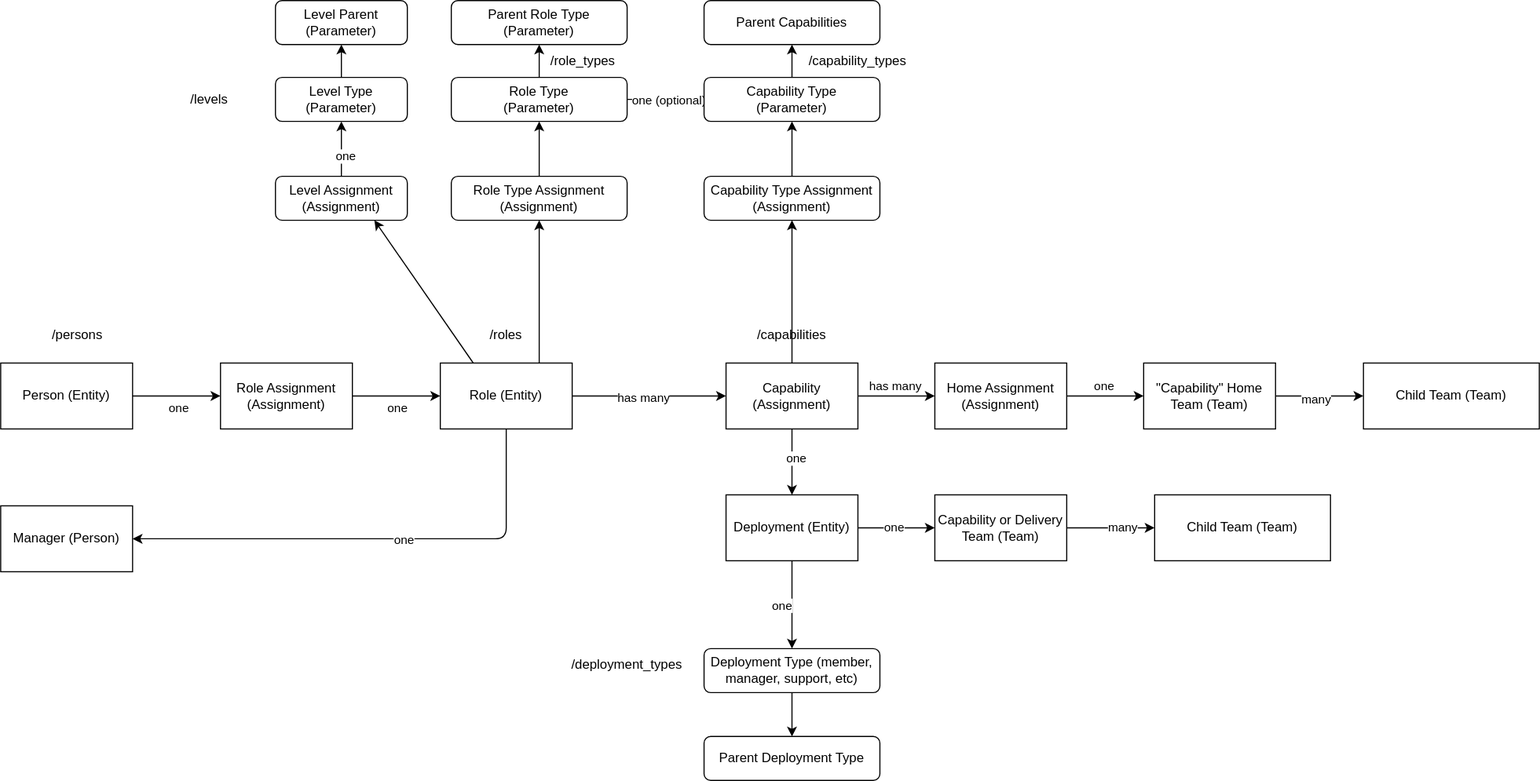
This is docs/data-v4.drawio.svg from jdotw/swamp, a draw.io export, as it was before one commit. Source tidied: cells renumbered, new cells last; positions are measured from the earlier drawing's top-left corner, leaving out a move shared by most shapes.
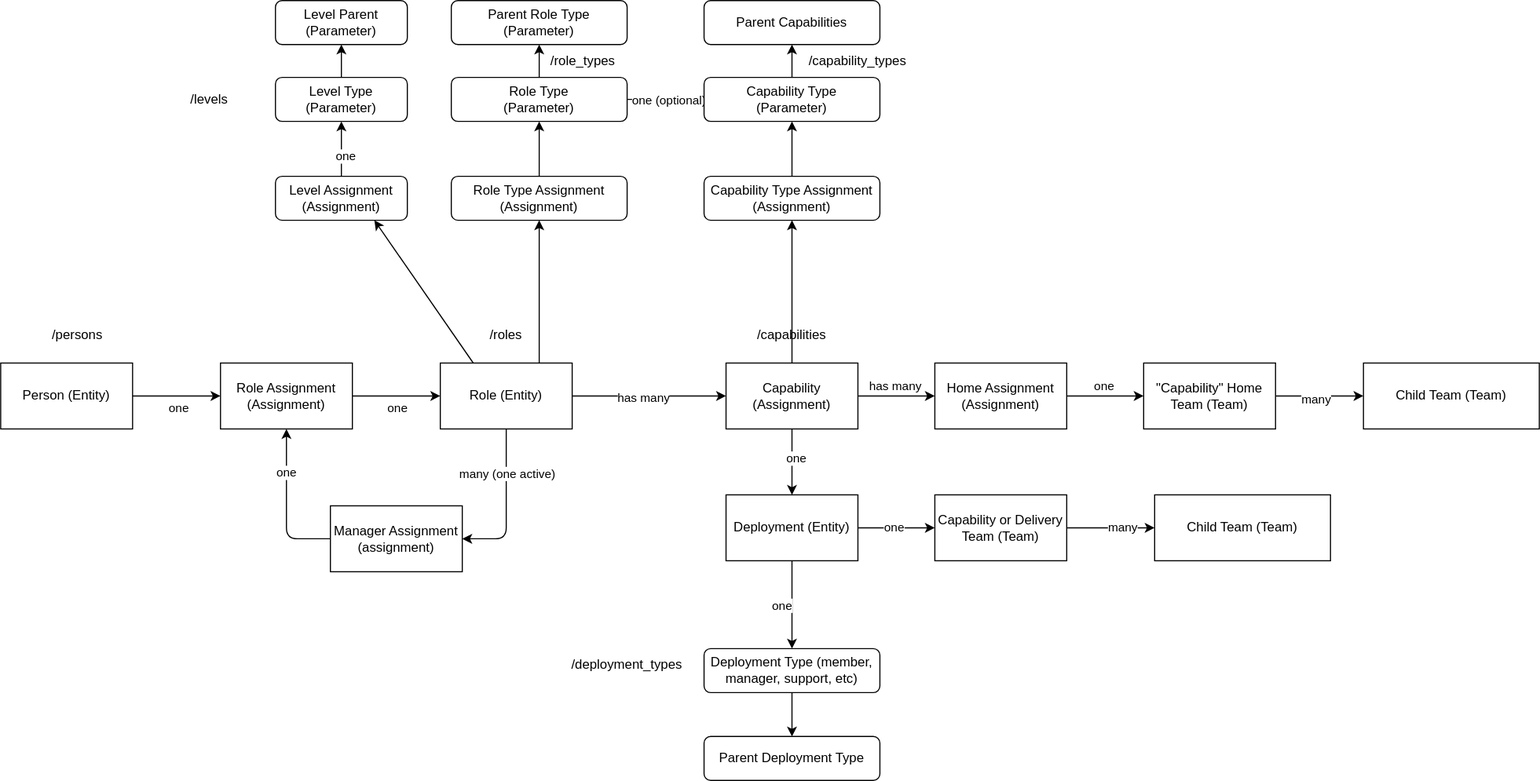
The same diagram one commit later.

What changed in the source:
```diff
@@ -9,8 +9,10 @@
         </Array>
       </mxGeometry>
     </mxCell>
-    <mxCell id="3" value="one" style="edgeLabel;html=1;align=center;verticalAlign=middle;" parent="2" vertex="1">
-      <mxGeometry x="-0.12" relative="1" as="geometry" />
+    <mxCell id="3" value="many (one active)" style="edgeLabel;html=1;align=center;verticalAlign=middle;" parent="2" vertex="1">
+      <mxGeometry x="-0.12" relative="1" as="geometry">
+        <mxPoint y="-22" as="offset" />
+      </mxGeometry>
     </mxCell>
     <mxCell id="4" style="edgeStyle=none;html=1;exitX=1;exitY=0.5;exitDx=0;exitDy=0;entryX=0;entryY=0.5;entryDx=0;entryDy=0;" parent="1" edge="1" source="6" target="32">
       <mxGeometry relative="1" as="geometry" />
@@ -23,8 +25,15 @@
     <mxCell id="6" value="Person (Entity)" style="rounded=0;whiteSpace=wrap;html=1;" parent="1" vertex="1">
       <mxGeometry y="330" width="120" height="60" as="geometry" />
     </mxCell>
+    <mxCell id="66" value="one" style="edgeStyle=none;html=1;exitX=0;exitY=0.5;exitDx=0;exitDy=0;entryX=0.5;entryY=1;entryDx=0;entryDy=0;" parent="1" edge="1" source="7" target="32">
+      <mxGeometry x="0.43" relative="1" as="geometry">
+        <Array as="points">
+          <mxPoint x="260" y="490" />
+        </Array>
+      </mxGeometry>
+    </mxCell>
-    <mxCell id="7" value="Manager (Person)" style="rounded=0;whiteSpace=wrap;html=1;" parent="1" vertex="1">
-      <mxGeometry y="460" width="120" height="60" as="geometry" />
+    <mxCell id="7" value="Manager Assignment (assignment)" style="rounded=0;whiteSpace=wrap;html=1;" parent="1" vertex="1">
+      <mxGeometry x="300" y="460" width="120" height="60" as="geometry" />
     </mxCell>
     <mxCell id="8" style="edgeStyle=none;html=1;exitX=1;exitY=0.5;exitDx=0;exitDy=0;entryX=0;entryY=0.5;entryDx=0;entryDy=0;" parent="1" edge="1" source="10" target="50">
       <mxGeometry relative="1" as="geometry" />
```
